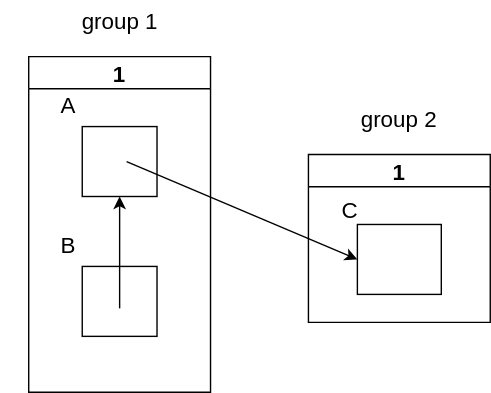
This is assets/img/lecture_materials/GarbageCollection/ch3/bobrow-algorithm-example.drawio.svg from drop-stones/slides, a draw.io export, as it was before one commit. Source tidied: cells renumbered, new cells last; positions are measured from the earlier drawing's top-left corner, leaving out a move shared by most shapes. Source of this version:
```xml
<mxGraphModel>
  <root>
    <mxCell id="0" />
    <mxCell id="1" parent="0" />
    <mxCell id="2" style="endArrow=classic;html=1;fontSize=16;entryX=0;entryY=0.5;entryDx=0;entryDy=0;" parent="1" edge="1" target="5">
      <mxGeometry relative="1" as="geometry">
        <mxPoint x="90" y="115" as="sourcePoint" />
      </mxGeometry>
    </mxCell>
    <mxCell id="3" style="group;" parent="1" vertex="1">
      <mxGeometry x="220" y="70" width="130" height="160" as="geometry" />
    </mxCell>
    <mxCell id="4" value="1" style="swimlane;fillColor=none;fontSize=16;" parent="3" vertex="1">
      <mxGeometry y="40" width="130" height="120" as="geometry" />
    </mxCell>
    <mxCell id="5" style="rounded=0;whiteSpace=wrap;html=1;fillColor=none;" parent="4" vertex="1">
      <mxGeometry x="35" y="50" width="60" height="50" as="geometry" />
    </mxCell>
    <mxCell id="6" value="C" style="text;html=1;strokeColor=none;fillColor=none;align=center;verticalAlign=middle;whiteSpace=wrap;rounded=0;fontSize=16;" parent="4" vertex="1">
      <mxGeometry y="25" width="60" height="30" as="geometry" />
    </mxCell>
    <mxCell id="7" value="&lt;font style=&quot;font-size: 16px&quot;&gt;group 2&lt;/font&gt;" style="text;html=1;strokeColor=none;fillColor=none;align=center;verticalAlign=middle;whiteSpace=wrap;rounded=0;" parent="3" vertex="1">
      <mxGeometry x="35" width="60" height="30" as="geometry" />
    </mxCell>
    <mxCell id="8" value="1" style="swimlane;fillColor=none;fontSize=16;" parent="1" vertex="1">
      <mxGeometry x="20" y="40" width="130" height="240" as="geometry" />
    </mxCell>
    <mxCell id="9" style="rounded=0;whiteSpace=wrap;html=1;fillColor=none;" parent="8" vertex="1">
      <mxGeometry x="38.3" y="50" width="53.5" height="50" as="geometry" />
    </mxCell>
    <mxCell id="10" value="A" style="text;html=1;strokeColor=none;fillColor=none;align=center;verticalAlign=middle;whiteSpace=wrap;rounded=0;fontSize=16;" parent="8" vertex="1">
      <mxGeometry x="-20" y="20" width="96.9" height="30" as="geometry" />
    </mxCell>
    <mxCell id="11" style="rounded=0;whiteSpace=wrap;html=1;fillColor=none;" parent="8" vertex="1">
      <mxGeometry x="38.3" y="150" width="53.5" height="50" as="geometry" />
    </mxCell>
    <mxCell id="12" value="B" style="text;html=1;strokeColor=none;fillColor=none;align=center;verticalAlign=middle;whiteSpace=wrap;rounded=0;fontSize=16;" parent="8" vertex="1">
      <mxGeometry x="-20" y="120" width="96.9" height="30" as="geometry" />
    </mxCell>
    <mxCell id="13" style="endArrow=classic;html=1;entryX=0.5;entryY=1;entryDx=0;entryDy=0;" parent="8" edge="1" target="9">
      <mxGeometry relative="1" as="geometry">
        <mxPoint x="65" y="180" as="sourcePoint" />
      </mxGeometry>
    </mxCell>
    <mxCell id="14" value="&lt;font style=&quot;font-size: 16px&quot;&gt;group 1&lt;/font&gt;" style="text;html=1;strokeColor=none;fillColor=none;align=center;verticalAlign=middle;whiteSpace=wrap;rounded=0;" parent="1" vertex="1">
      <mxGeometry x="36.5" width="96.9" height="30" as="geometry" />
    </mxCell>
  </root>
</mxGraphModel>
```
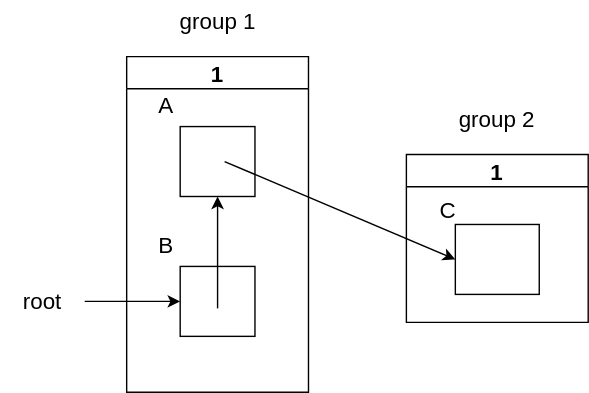
The same diagram one commit later.

Change to the diagram source:
```diff
@@ -45,5 +45,11 @@
     <mxCell id="14" value="&lt;font style=&quot;font-size: 16px&quot;&gt;group 1&lt;/font&gt;" style="text;html=1;strokeColor=none;fillColor=none;align=center;verticalAlign=middle;whiteSpace=wrap;rounded=0;" parent="1" vertex="1">
       <mxGeometry x="36.5" width="96.9" height="30" as="geometry" />
     </mxCell>
+    <mxCell id="15" style="edgeStyle=none;html=1;exitX=1;exitY=0.5;exitDx=0;exitDy=0;entryX=0;entryY=0.5;entryDx=0;entryDy=0;fontSize=16;" parent="1" edge="1" source="16" target="11">
+      <mxGeometry relative="1" as="geometry" />
+    </mxCell>
+    <mxCell id="16" value="&lt;font style=&quot;font-size: 16px&quot;&gt;root&lt;/font&gt;" style="text;html=1;strokeColor=none;fillColor=none;align=center;verticalAlign=middle;whiteSpace=wrap;rounded=0;" parent="1" vertex="1">
+      <mxGeometry x="-70" y="200" width="60" height="30" as="geometry" />
+    </mxCell>
   </root>
 </mxGraphModel>
```
